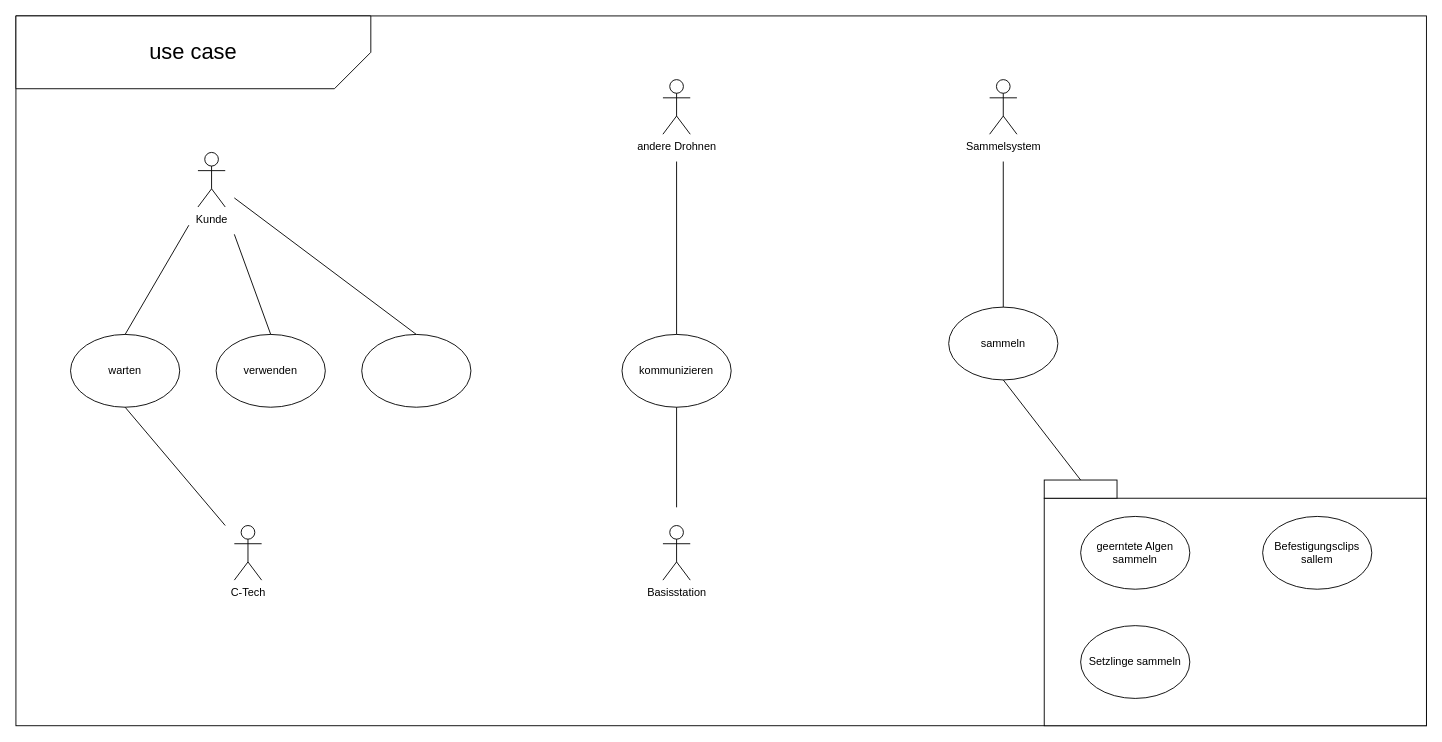
Above: Meilenstein 2/Dokumente/Funktionsplan/Use-case-diagramm.drawio in plastikpamaro/MKon (draw.io), before the change. Source tidied: cells renumbered, new cells numbered last; positions are measured from the earlier drawing's top-left corner, leaving out a move shared by most shapes. Both pictures are drawn from the tidied source at 91%, with x=0, y=0 at pixel (15, 15).
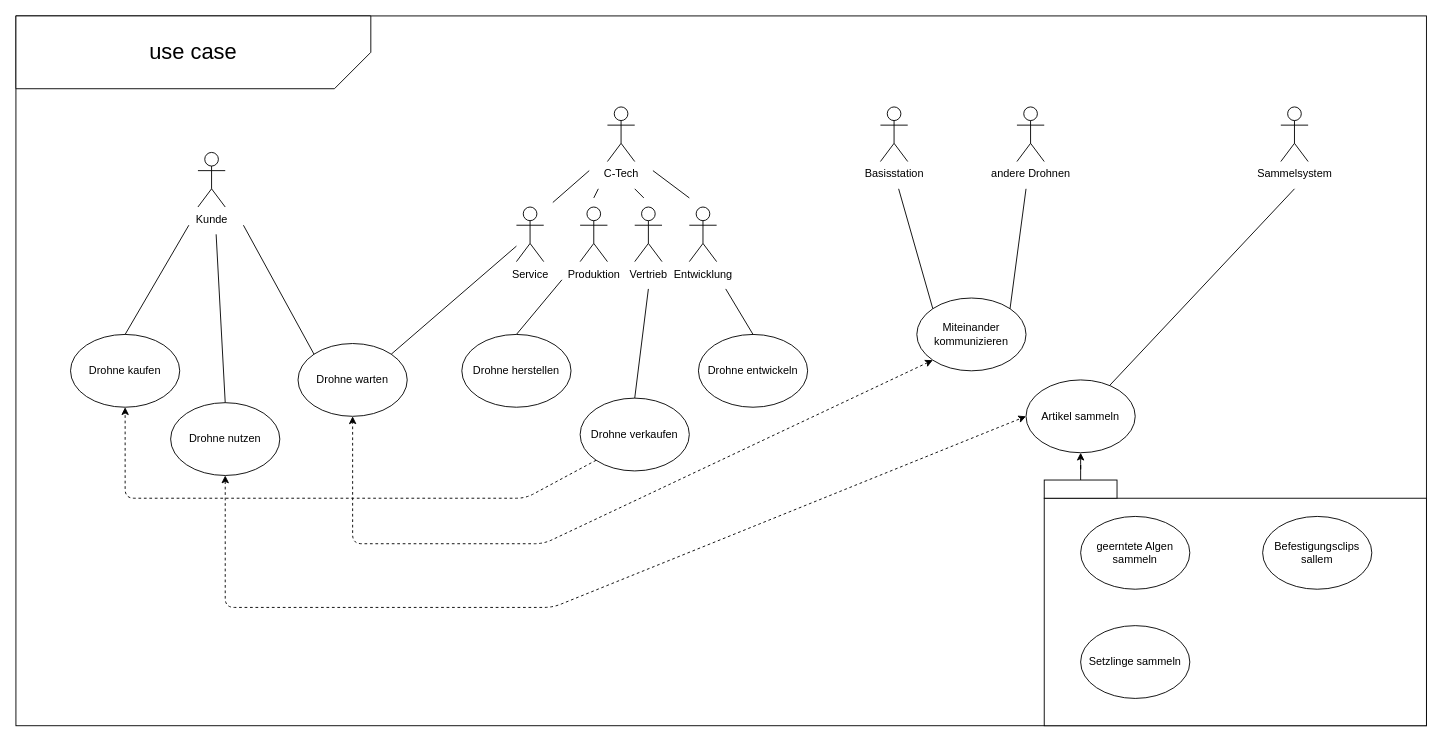
Above is the later version.

The change refers to these unchanged cells:
```xml
<mxCell id="13" style="rounded=0;whiteSpace=wrap;html=1;glass=0;sketch=0;" parent="3" vertex="1">
  <mxGeometry x="1130" y="510" width="80" height="20" as="geometry" />
</mxCell>
```

The edit, as a diff of the source:
```diff
@@
     <mxCell id="7" value="andere Drohnen" style="shape=umlActor;verticalLabelPosition=bottom;verticalAlign=top;html=1;rounded=0;glass=0;sketch=0;" parent="3" vertex="1">
-      <mxGeometry x="711" y="70" width="30" height="60" as="geometry" />
+      <mxGeometry x="1100" y="100" width="30" height="60" as="geometry" />
     </mxCell>
     <mxCell id="8" value="Sammelsystem" style="shape=umlActor;verticalLabelPosition=bottom;verticalAlign=top;html=1;rounded=0;glass=0;sketch=0;" parent="3" vertex="1">
-      <mxGeometry x="1070" y="70" width="30" height="60" as="geometry" />
+      <mxGeometry x="1390" y="100" width="30" height="60" as="geometry" />
     </mxCell>
-    <mxCell id="9" value="kommunizieren" style="ellipse;whiteSpace=wrap;html=1;rounded=0;glass=0;sketch=0;" parent="3" vertex="1">
-      <mxGeometry x="666" y="350" width="120" height="80" as="geometry" />
+    <mxCell id="9" value="Miteinander kommunizieren" style="ellipse;whiteSpace=wrap;html=1;rounded=0;glass=0;sketch=0;" parent="3" vertex="1">
+      <mxGeometry x="990" y="310" width="120" height="80" as="geometry" />
     </mxCell>
     <mxCell id="10" value="C-Tech" style="shape=umlActor;verticalLabelPosition=bottom;verticalAlign=top;html=1;rounded=0;glass=0;sketch=0;" parent="3" vertex="1">
-      <mxGeometry x="240" y="560" width="30" height="60" as="geometry" />
+      <mxGeometry x="650" y="100" width="30" height="60" as="geometry" />
     </mxCell>
-    <mxCell id="11" value="sammeln" style="ellipse;whiteSpace=wrap;html=1;rounded=0;glass=0;sketch=0;" parent="3" vertex="1">
-      <mxGeometry x="1025" y="320" width="120" height="80" as="geometry" />
+    <mxCell id="11" value="Artikel sammeln" style="ellipse;whiteSpace=wrap;html=1;rounded=0;glass=0;sketch=0;" parent="3" vertex="1">
+      <mxGeometry x="1110" y="400" width="120" height="80" as="geometry" />
     </mxCell>
@@
+    <mxCell id="29" style="edgeStyle=orthogonalEdgeStyle;rounded=1;jettySize=auto;html=1;" parent="3" edge="1" source="13" target="11">
+      <mxGeometry relative="1" as="geometry" />
+    </mxCell>
@@
-    <mxCell id="14" style="endArrow=none;html=1;exitX=0.5;exitY=1;exitDx=0;exitDy=0;entryX=0.5;entryY=0;entryDx=0;entryDy=0;" parent="3" edge="1" source="11" target="13">
-      <mxGeometry relative="1" as="geometry" />
-    </mxCell>
@@
     <mxCell id="18" style="endArrow=none;html=1;" parent="3" edge="1" target="11">
       <mxGeometry relative="1" as="geometry">
-        <mxPoint x="1085" y="160" as="sourcePoint" />
+        <mxPoint x="1405" y="190" as="sourcePoint" />
       </mxGeometry>
     </mxCell>
-    <mxCell id="19" style="endArrow=none;html=1;entryX=0.5;entryY=0;entryDx=0;entryDy=0;" parent="3" edge="1" target="9">
-      <mxGeometry relative="1" as="geometry">
-        <mxPoint x="726" y="160" as="sourcePoint" />
-      </mxGeometry>
-    </mxCell>
-    <mxCell id="20" value="verwenden" style="ellipse;whiteSpace=wrap;html=1;rounded=0;glass=0;sketch=0;" parent="3" vertex="1">
-      <mxGeometry x="220" y="350" width="120" height="80" as="geometry" />
+    <mxCell id="20" value="Drohne nutzen" style="ellipse;whiteSpace=wrap;html=1;rounded=0;glass=0;sketch=0;" parent="3" vertex="1">
+      <mxGeometry x="170" y="425" width="120" height="80" as="geometry" />
     </mxCell>
     <mxCell id="21" style="endArrow=none;html=1;entryX=0.5;entryY=0;entryDx=0;entryDy=0;" parent="3" edge="1" target="20">
       <mxGeometry relative="1" as="geometry">
-        <mxPoint x="240" y="240" as="sourcePoint" />
+        <mxPoint x="220" y="240" as="sourcePoint" />
       </mxGeometry>
     </mxCell>
-    <mxCell id="22" value="warten" style="ellipse;whiteSpace=wrap;html=1;rounded=0;glass=0;sketch=0;" parent="3" vertex="1">
+    <mxCell id="22" value="Drohne kaufen" style="ellipse;whiteSpace=wrap;html=1;rounded=0;glass=0;sketch=0;" parent="3" vertex="1">
       <mxGeometry x="60" y="350" width="120" height="80" as="geometry" />
     </mxCell>
@@
-    <mxCell id="24" style="endArrow=none;html=1;exitX=0.5;exitY=1;exitDx=0;exitDy=0;" parent="3" edge="1" source="22">
-      <mxGeometry relative="1" as="geometry">
-        <mxPoint x="230" y="560" as="targetPoint" />
-      </mxGeometry>
-    </mxCell>
     <mxCell id="25" value="Basisstation" style="shape=umlActor;verticalLabelPosition=bottom;verticalAlign=top;html=1;rounded=0;glass=0;sketch=0;" parent="3" vertex="1">
-      <mxGeometry x="711" y="560" width="30" height="60" as="geometry" />
+      <mxGeometry x="950" y="100" width="30" height="60" as="geometry" />
     </mxCell>
-    <mxCell id="26" style="endArrow=none;html=1;exitX=0.5;exitY=1;exitDx=0;exitDy=0;" parent="3" edge="1" source="9">
-      <mxGeometry relative="1" as="geometry">
-        <mxPoint x="726" y="540" as="targetPoint" />
-      </mxGeometry>
-    </mxCell>
-    <mxCell id="27" style="ellipse;whiteSpace=wrap;html=1;rounded=0;glass=0;sketch=0;" parent="3" vertex="1">
-      <mxGeometry x="380" y="350" width="120" height="80" as="geometry" />
+    <mxCell id="27" value="Drohne warten" style="ellipse;whiteSpace=wrap;html=1;rounded=0;glass=0;sketch=0;" parent="3" vertex="1">
+      <mxGeometry x="310" y="360" width="120" height="80" as="geometry" />
     </mxCell>
-    <mxCell id="28" style="endArrow=none;html=1;entryX=0.5;entryY=0;entryDx=0;entryDy=0;" parent="3" edge="1" target="27">
+    <mxCell id="28" style="endArrow=none;html=1;entryX=0;entryY=0;entryDx=0;entryDy=0;" parent="3" edge="1" target="27">
       <mxGeometry relative="1" as="geometry">
-        <mxPoint x="240" y="200" as="sourcePoint" />
+        <mxPoint x="250" y="230" as="sourcePoint" />
       </mxGeometry>
     </mxCell>
+    <mxCell id="30" value="Service" style="shape=umlActor;verticalLabelPosition=bottom;verticalAlign=top;html=1;outlineConnect=0;" parent="3" vertex="1">
+      <mxGeometry x="550" y="210" width="30" height="60" as="geometry" />
+    </mxCell>
+    <mxCell id="31" value="Vertrieb" style="shape=umlActor;verticalLabelPosition=bottom;verticalAlign=top;html=1;" parent="3" vertex="1">
+      <mxGeometry x="680" y="210" width="30" height="60" as="geometry" />
+    </mxCell>
+    <mxCell id="32" value="Produktion" style="shape=umlActor;verticalLabelPosition=bottom;verticalAlign=top;html=1;" parent="3" vertex="1">
+      <mxGeometry x="620" y="210" width="30" height="60" as="geometry" />
+    </mxCell>
+    <mxCell id="33" value="Entwicklung" style="shape=umlActor;verticalLabelPosition=bottom;verticalAlign=top;html=1;" parent="3" vertex="1">
+      <mxGeometry x="740" y="210" width="30" height="60" as="geometry" />
+    </mxCell>
+    <mxCell id="34" style="endArrow=none;html=1;" parent="3" edge="1">
+      <mxGeometry relative="1" as="geometry">
+        <mxPoint x="590" y="205" as="sourcePoint" />
+        <mxPoint x="630" y="170" as="targetPoint" />
+      </mxGeometry>
+    </mxCell>
+    <mxCell id="35" style="endArrow=none;html=1;" parent="3" edge="1">
+      <mxGeometry relative="1" as="geometry">
+        <mxPoint x="740" y="200" as="sourcePoint" />
+        <mxPoint x="700" y="170" as="targetPoint" />
+      </mxGeometry>
+    </mxCell>
+    <mxCell id="36" style="endArrow=none;html=1;" parent="3" edge="1">
+      <mxGeometry relative="1" as="geometry">
+        <mxPoint x="635" y="200" as="sourcePoint" />
+        <mxPoint x="640" y="190" as="targetPoint" />
+      </mxGeometry>
+    </mxCell>
+    <mxCell id="37" style="endArrow=none;html=1;" parent="3" edge="1">
+      <mxGeometry relative="1" as="geometry">
+        <mxPoint x="690" y="200" as="sourcePoint" />
+        <mxPoint x="680" y="190" as="targetPoint" />
+      </mxGeometry>
+    </mxCell>
+    <mxCell id="38" style="endArrow=none;html=1;exitX=1;exitY=0;exitDx=0;exitDy=0;" parent="3" edge="1" source="27" target="30">
+      <mxGeometry relative="1" as="geometry" />
+    </mxCell>
+    <mxCell id="39" style="endArrow=none;html=1;exitX=0;exitY=0;exitDx=0;exitDy=0;" parent="3" edge="1" source="9">
+      <mxGeometry relative="1" as="geometry">
+        <mxPoint x="970" y="190" as="targetPoint" />
+      </mxGeometry>
+    </mxCell>
+    <mxCell id="40" style="endArrow=none;html=1;exitX=1;exitY=0;exitDx=0;exitDy=0;" parent="3" edge="1" source="9">
+      <mxGeometry relative="1" as="geometry">
+        <mxPoint x="1110" y="190" as="targetPoint" />
+      </mxGeometry>
+    </mxCell>
+    <mxCell id="41" value="Drohne herstellen" style="ellipse;whiteSpace=wrap;html=1;" parent="3" vertex="1">
+      <mxGeometry x="490" y="350" width="120" height="80" as="geometry" />
+    </mxCell>
+    <mxCell id="42" value="Drohne verkaufen" style="ellipse;whiteSpace=wrap;html=1;" parent="3" vertex="1">
+      <mxGeometry x="620" y="420" width="120" height="80" as="geometry" />
+    </mxCell>
+    <mxCell id="43" value="Drohne entwickeln" style="ellipse;whiteSpace=wrap;html=1;" parent="3" vertex="1">
+      <mxGeometry x="750" y="350" width="120" height="80" as="geometry" />
+    </mxCell>
+    <mxCell id="44" style="endArrow=none;html=1;exitX=0.5;exitY=0;exitDx=0;exitDy=0;" parent="3" edge="1" source="41">
+      <mxGeometry relative="1" as="geometry">
+        <mxPoint x="600" y="290" as="targetPoint" />
+      </mxGeometry>
+    </mxCell>
+    <mxCell id="45" style="endArrow=none;html=1;exitX=0.5;exitY=0;exitDx=0;exitDy=0;" parent="3" edge="1" source="42">
+      <mxGeometry relative="1" as="geometry">
+        <mxPoint x="695" y="300" as="targetPoint" />
+      </mxGeometry>
+    </mxCell>
+    <mxCell id="46" style="endArrow=none;html=1;exitX=0.5;exitY=0;exitDx=0;exitDy=0;" parent="3" edge="1" source="43">
+      <mxGeometry relative="1" as="geometry">
+        <mxPoint x="780" y="300" as="targetPoint" />
+      </mxGeometry>
+    </mxCell>
+    <mxCell id="47" style="endArrow=classic;html=1;dashed=1;exitX=0;exitY=1;exitDx=0;exitDy=0;entryX=0.5;entryY=1;entryDx=0;entryDy=0;rounded=1;" parent="3" edge="1" source="42" target="22">
+      <mxGeometry relative="1" as="geometry">
+        <Array as="points">
+          <mxPoint x="560" y="530" />
+          <mxPoint x="120" y="530" />
+        </Array>
+      </mxGeometry>
+    </mxCell>
+    <mxCell id="48" style="endArrow=classic;startArrow=classic;html=1;dashed=1;exitX=0.5;exitY=1;exitDx=0;exitDy=0;entryX=0;entryY=0.5;entryDx=0;entryDy=0;" parent="3" edge="1" source="20" target="11">
+      <mxGeometry relative="1" as="geometry">
+        <Array as="points">
+          <mxPoint x="230" y="650" />
+          <mxPoint x="590" y="650" />
+        </Array>
+      </mxGeometry>
+    </mxCell>
+    <mxCell id="49" style="endArrow=classic;startArrow=classic;html=1;dashed=1;exitX=0;exitY=1;exitDx=0;exitDy=0;entryX=0.5;entryY=1;entryDx=0;entryDy=0;" parent="3" edge="1" source="9" target="27">
+      <mxGeometry relative="1" as="geometry">
+        <Array as="points">
+          <mxPoint x="580" y="580" />
+          <mxPoint x="370" y="580" />
+        </Array>
+      </mxGeometry>
+    </mxCell>
```
